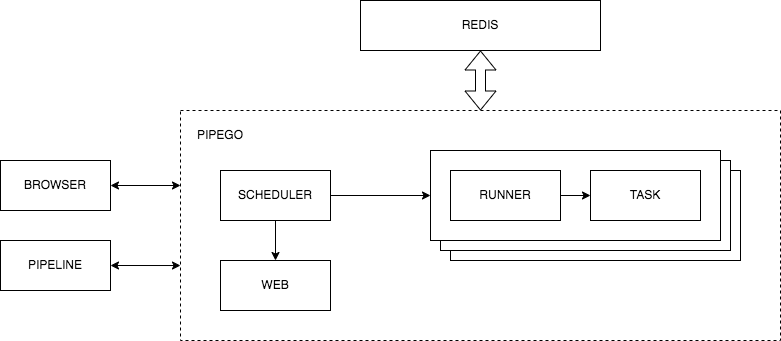
Before: diagram.png, a diagram exported from draw.io (pipego/deploy). Source tidied: cells renumbered, new cells last; positions are measured from the earlier drawing's top-left corner, leaving out a move shared by most shapes. Source of this version:
```xml
<mxGraphModel>
  <root>
    <mxCell id="0" />
    <mxCell id="1" parent="0" />
    <mxCell id="2" style="rounded=0;whiteSpace=wrap;html=1;dashed=1;" parent="1" vertex="1">
      <mxGeometry x="180" y="110" width="600" height="230" as="geometry" />
    </mxCell>
    <mxCell id="3" style="rounded=0;whiteSpace=wrap;html=1;" parent="1" vertex="1">
      <mxGeometry x="450" y="170" width="290" height="90" as="geometry" />
    </mxCell>
    <mxCell id="4" style="rounded=0;whiteSpace=wrap;html=1;" parent="1" vertex="1">
      <mxGeometry x="440" y="160" width="290" height="90" as="geometry" />
    </mxCell>
    <mxCell id="5" style="rounded=0;whiteSpace=wrap;html=1;" parent="1" vertex="1">
      <mxGeometry x="430" y="150" width="290" height="90" as="geometry" />
    </mxCell>
    <mxCell id="6" value="PIPEGO" style="text;html=1;strokeColor=none;fillColor=none;align=center;verticalAlign=middle;whiteSpace=wrap;rounded=0;" parent="1" vertex="1">
      <mxGeometry x="190" y="120" width="60" height="30" as="geometry" />
    </mxCell>
    <mxCell id="7" value="WEB" style="rounded=0;whiteSpace=wrap;html=1;" parent="1" vertex="1">
      <mxGeometry x="220" y="260" width="110" height="50" as="geometry" />
    </mxCell>
    <mxCell id="8" value="BROWSER" style="rounded=0;whiteSpace=wrap;html=1;" parent="1" vertex="1">
      <mxGeometry y="160" width="110" height="50" as="geometry" />
    </mxCell>
    <mxCell id="9" value="PIPELINE" style="rounded=0;whiteSpace=wrap;html=1;" parent="1" vertex="1">
      <mxGeometry y="240" width="110" height="50" as="geometry" />
    </mxCell>
    <mxCell id="10" value="SCHEDULER" style="rounded=0;whiteSpace=wrap;html=1;" parent="1" vertex="1">
      <mxGeometry x="220" y="170" width="110" height="50" as="geometry" />
    </mxCell>
    <mxCell id="11" value="RUNNER" style="rounded=0;whiteSpace=wrap;html=1;" parent="1" vertex="1">
      <mxGeometry x="450" y="170" width="110" height="50" as="geometry" />
    </mxCell>
    <mxCell id="12" value="REDIS" style="rounded=0;whiteSpace=wrap;html=1;" parent="1" vertex="1">
      <mxGeometry x="360" width="240" height="50" as="geometry" />
    </mxCell>
    <mxCell id="13" value="TASK" style="rounded=0;whiteSpace=wrap;html=1;" parent="1" vertex="1">
      <mxGeometry x="590" y="170" width="110" height="50" as="geometry" />
    </mxCell>
    <mxCell id="14" style="endArrow=classic;html=1;entryX=0;entryY=0.5;entryDx=0;entryDy=0;exitX=1;exitY=0.5;exitDx=0;exitDy=0;" parent="1" edge="1" source="11" target="13">
      <mxGeometry relative="1" as="geometry" />
    </mxCell>
    <mxCell id="15" style="endArrow=classic;html=1;entryX=0;entryY=0.5;entryDx=0;entryDy=0;exitX=1;exitY=0.5;exitDx=0;exitDy=0;" parent="1" edge="1" source="10" target="5">
      <mxGeometry relative="1" as="geometry" />
    </mxCell>
    <mxCell id="16" style="endArrow=classic;html=1;exitX=0.5;exitY=1;exitDx=0;exitDy=0;entryX=0.5;entryY=0;entryDx=0;entryDy=0;" parent="1" edge="1" source="10" target="7">
      <mxGeometry relative="1" as="geometry" />
    </mxCell>
    <mxCell id="17" style="endArrow=classic;startArrow=classic;html=1;exitX=1;exitY=0.5;exitDx=0;exitDy=0;" parent="1" edge="1" source="8">
      <mxGeometry relative="1" as="geometry">
        <mxPoint x="180" y="185" as="targetPoint" />
      </mxGeometry>
    </mxCell>
    <mxCell id="18" style="endArrow=classic;startArrow=classic;html=1;exitX=1;exitY=0.5;exitDx=0;exitDy=0;entryX=0;entryY=0.674;entryDx=0;entryDy=0;entryPerimeter=0;" parent="1" edge="1" source="9" target="2">
      <mxGeometry relative="1" as="geometry" />
    </mxCell>
    <mxCell id="19" style="shape=flexArrow;endArrow=classic;startArrow=classic;html=1;entryX=0.5;entryY=1;entryDx=0;entryDy=0;exitX=0.5;exitY=0;exitDx=0;exitDy=0;" parent="1" edge="1" source="2" target="12">
      <mxGeometry relative="1" as="geometry" />
    </mxCell>
  </root>
</mxGraphModel>
```
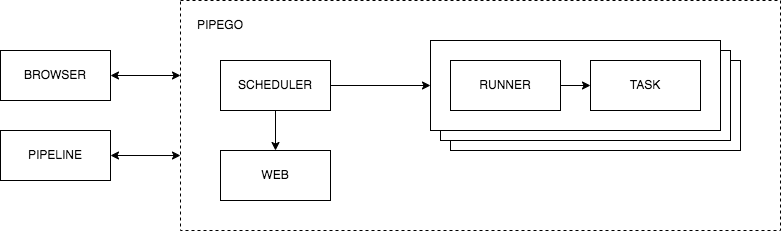
After the change.

Commit message:
refactor(diagram): remove redis from diagram

What changed in the source:
```diff
@@ -32,9 +32,6 @@
     <mxCell id="11" value="RUNNER" style="rounded=0;whiteSpace=wrap;html=1;" parent="1" vertex="1">
       <mxGeometry x="450" y="170" width="110" height="50" as="geometry" />
     </mxCell>
-    <mxCell id="12" value="REDIS" style="rounded=0;whiteSpace=wrap;html=1;" parent="1" vertex="1">
-      <mxGeometry x="360" width="240" height="50" as="geometry" />
-    </mxCell>
     <mxCell id="13" value="TASK" style="rounded=0;whiteSpace=wrap;html=1;" parent="1" vertex="1">
       <mxGeometry x="590" y="170" width="110" height="50" as="geometry" />
     </mxCell>
@@ -55,8 +52,5 @@
     <mxCell id="18" style="endArrow=classic;startArrow=classic;html=1;exitX=1;exitY=0.5;exitDx=0;exitDy=0;entryX=0;entryY=0.674;entryDx=0;entryDy=0;entryPerimeter=0;" parent="1" edge="1" source="9" target="2">
       <mxGeometry relative="1" as="geometry" />
     </mxCell>
-    <mxCell id="19" style="shape=flexArrow;endArrow=classic;startArrow=classic;html=1;entryX=0.5;entryY=1;entryDx=0;entryDy=0;exitX=0.5;exitY=0;exitDx=0;exitDy=0;" parent="1" edge="1" source="2" target="12">
-      <mxGeometry relative="1" as="geometry" />
-    </mxCell>
   </root>
 </mxGraphModel>
```
